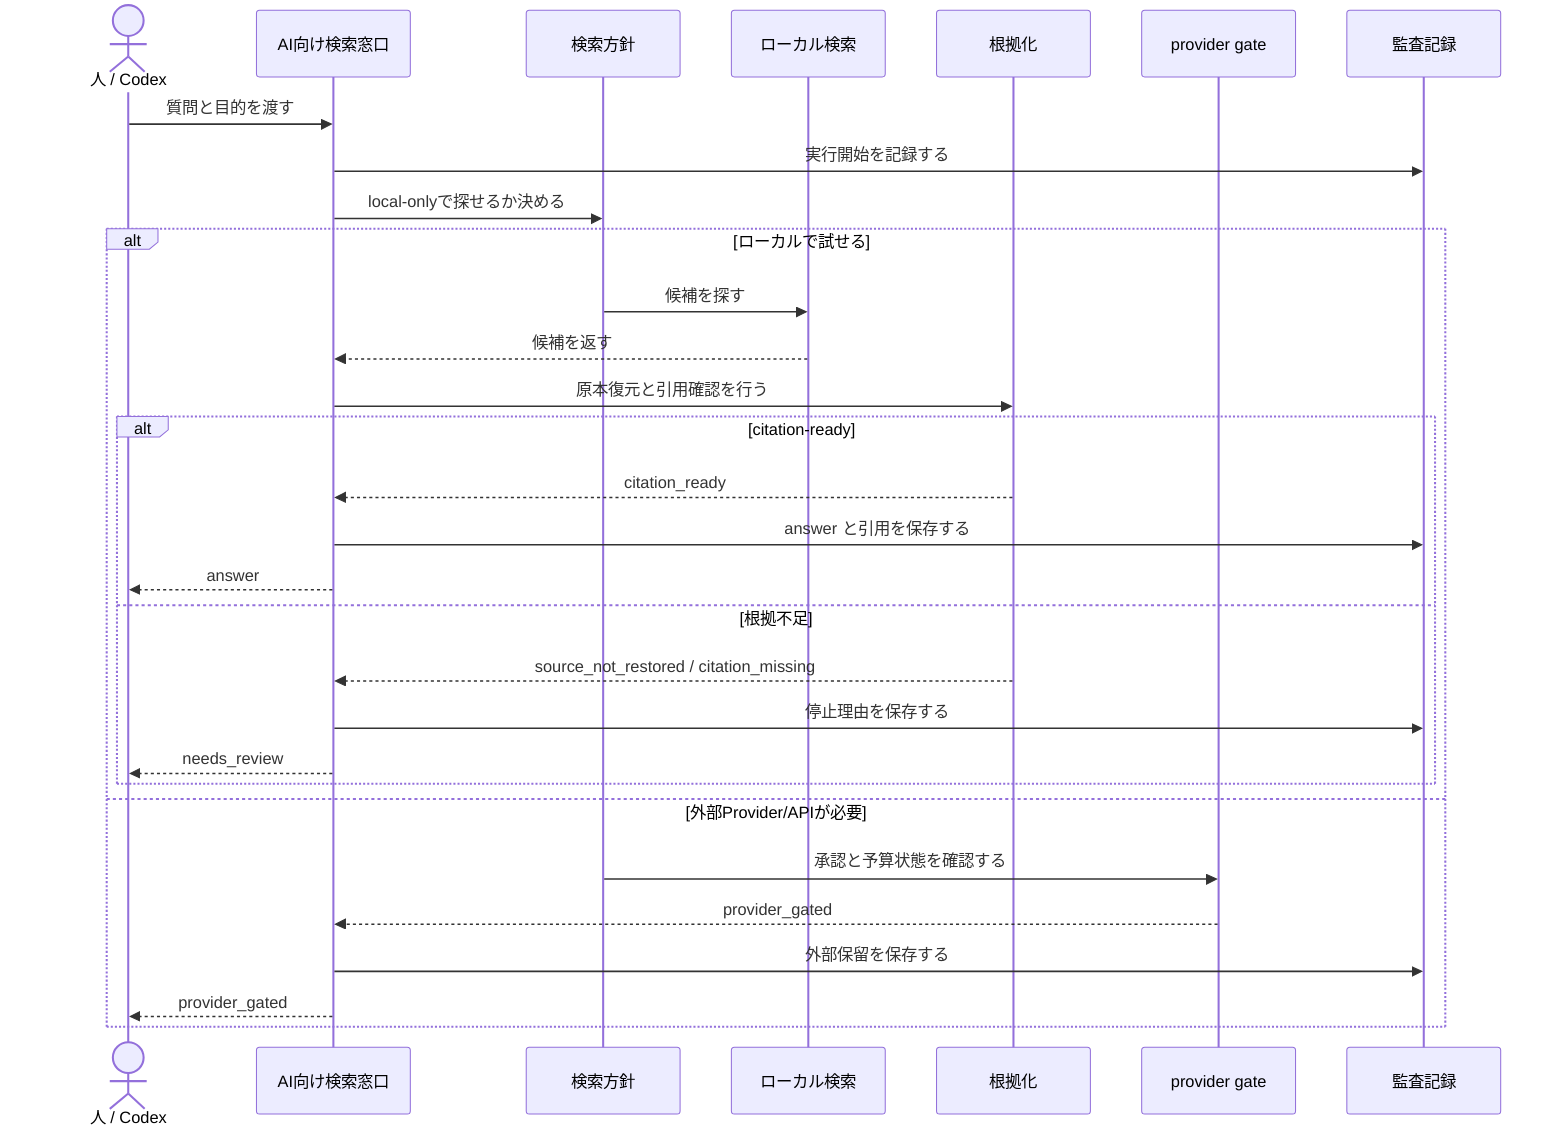
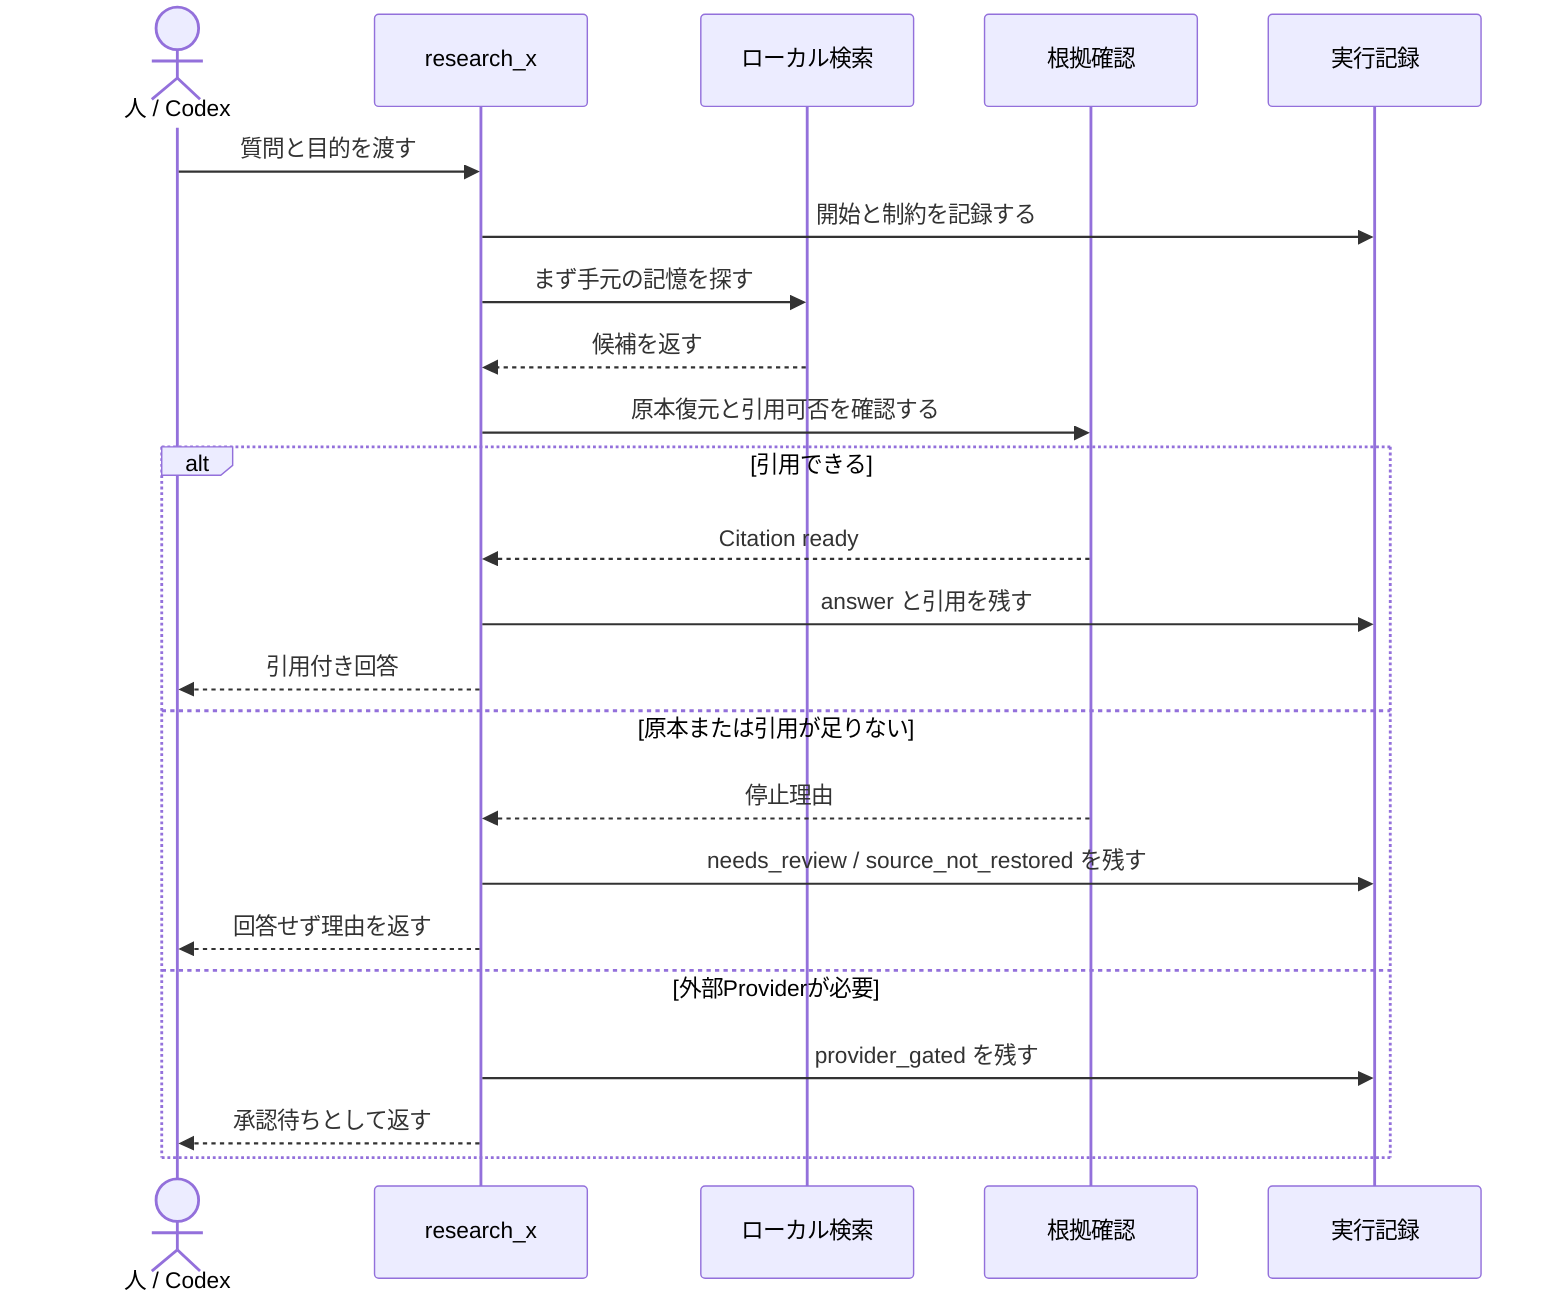
sequenceDiagram
-   %% 現状の1回の memory query シーケンス図: 1回の依頼がどの状態で返るかを見る
+   %% 現状の1回の memory query シーケンス図: 1回の質問が回答か停止理由になるまでを見る

  actor User as 人 / Codex
-   participant Tool as AI向け検索窓口
-   participant Route as 検索方針
-   participant Local as ローカル検索
-   participant Evidence as 根拠化
-   participant Gate as provider gate
-   participant Trace as 監査記録
+   participant RX as research_x
+   participant Search as ローカル検索
+   participant Evidence as 根拠確認
+   participant Trace as 実行記録

-   User->>Tool: 質問と目的を渡す
-   Tool->>Trace: 実行開始を記録する
-   Tool->>Route: local-onlyで探せるか決める
+   User->>RX: 質問と目的を渡す
+   RX->>Trace: 開始と制約を記録する
+   RX->>Search: まず手元の記憶を探す
+   Search-->>RX: 候補を返す
+   RX->>Evidence: 原本復元と引用可否を確認する

-   alt ローカルで試せる
-     Route->>Local: 候補を探す
-     Local-->>Tool: 候補を返す
-     Tool->>Evidence: 原本復元と引用確認を行う
-     alt citation-ready
-       Evidence-->>Tool: citation_ready
-       Tool->>Trace: answer と引用を保存する
-       Tool-->>User: answer
-     else 根拠不足
-       Evidence-->>Tool: source_not_restored / citation_missing
-       Tool->>Trace: 停止理由を保存する
-       Tool-->>User: needs_review
-     end
-   else 外部Provider/APIが必要
-     Route->>Gate: 承認と予算状態を確認する
-     Gate-->>Tool: provider_gated
-     Tool->>Trace: 外部保留を保存する
-     Tool-->>User: provider_gated
+   alt 引用できる
+     Evidence-->>RX: Citation ready
+     RX->>Trace: answer と引用を残す
+     RX-->>User: 引用付き回答
+   else 原本または引用が足りない
+     Evidence-->>RX: 停止理由
+     RX->>Trace: needs_review / source_not_restored を残す
+     RX-->>User: 回答せず理由を返す
+   else 外部Providerが必要
+     RX->>Trace: provider_gated を残す
+     RX-->>User: 承認待ちとして返す
  end
